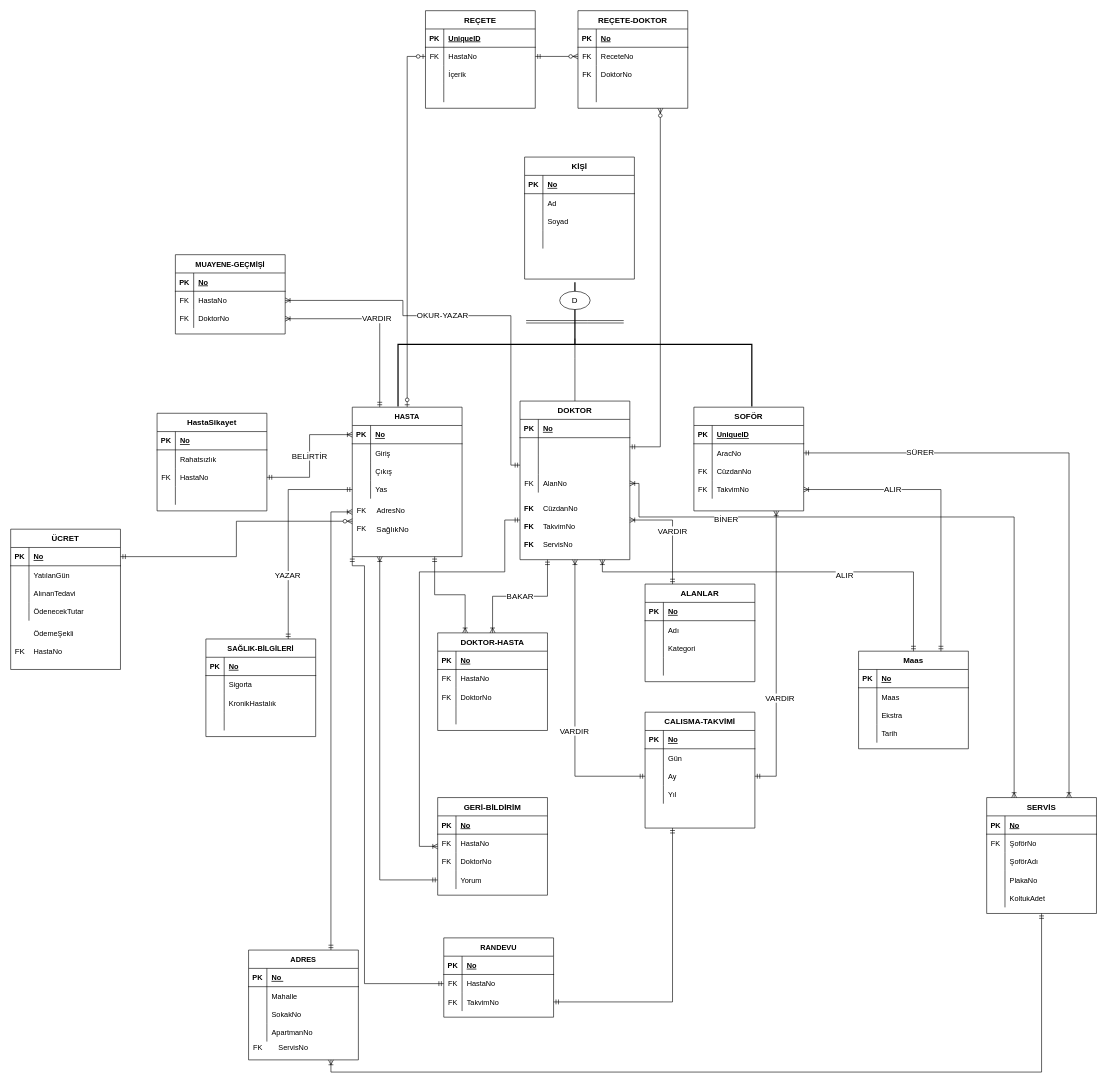
Earlier version of the draw.io diagram Untitled Diagram.drawio (derleyici/DatabaseManagementSystems). Source tidied: cells renumbered, new cells numbered last; positions are measured from the earlier drawing's top-left corner, leaving out a move shared by most shapes. Both pictures are drawn from the tidied source at 61%, with x=0, y=0 at pixel (10, 10).
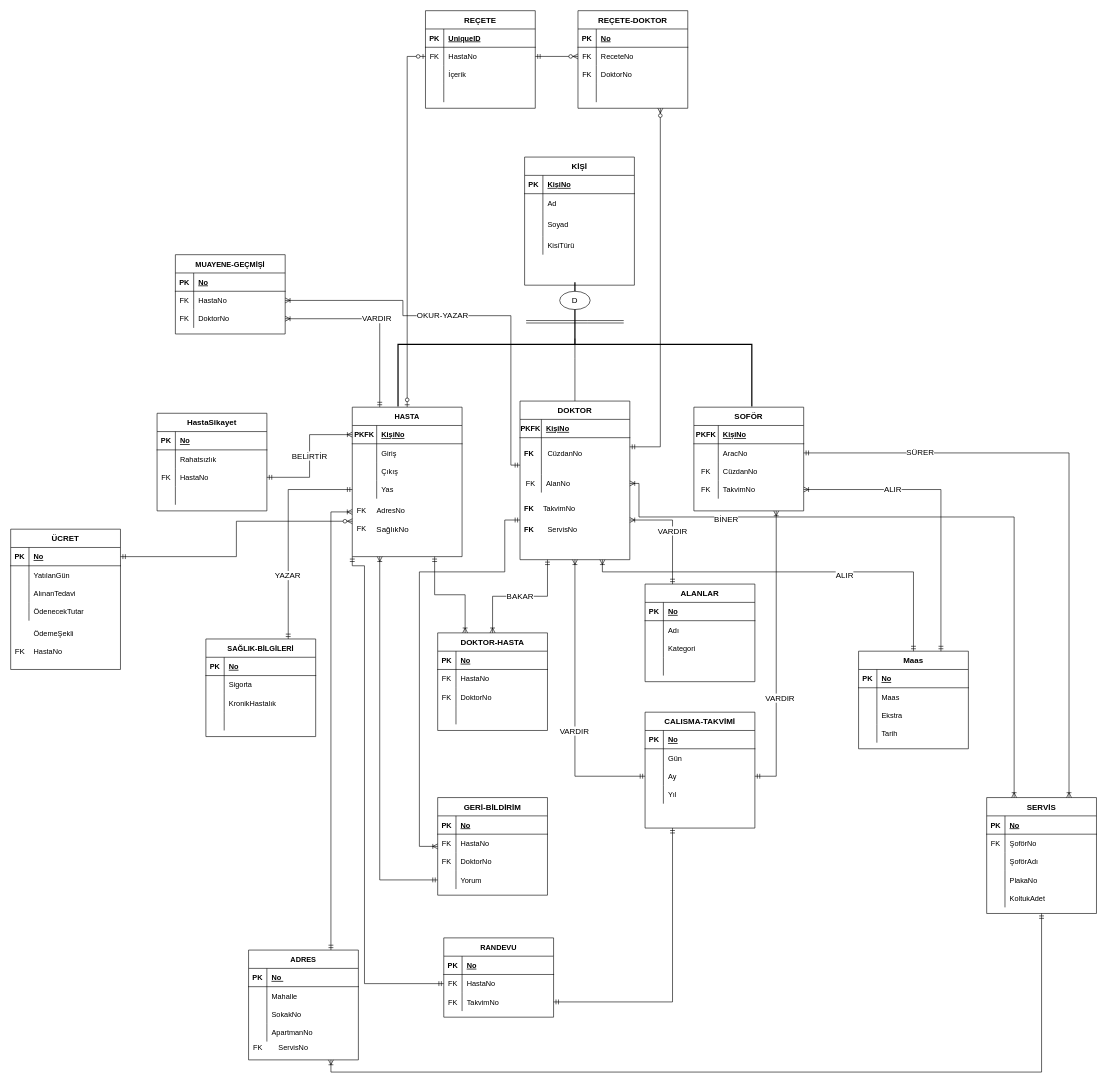
After the change.

The change refers to these unchanged cells:
```xml
<mxCell id="7" style="shape=partialRectangle;fillColor=none;top=0;left=0;bottom=1;right=0;points=[[0,0.5],[1,0.5]];portConstraint=eastwest;" parent="6" vertex="1">
  <mxGeometry y="30" width="180" height="30" as="geometry" />
</mxCell>
<mxCell id="10" style="shape=partialRectangle;fillColor=none;top=0;left=0;bottom=0;right=0;" parent="6" vertex="1">
  <mxGeometry y="60" width="180" height="30" as="geometry" />
</mxCell>
<mxCell id="13" style="shape=partialRectangle;fillColor=none;top=0;left=0;bottom=0;right=0;" parent="6" vertex="1">
  <mxGeometry y="90" width="180" height="30" as="geometry" />
</mxCell>
<mxCell id="16" style="shape=partialRectangle;fillColor=none;top=0;left=0;bottom=0;right=0;points=[[0,0.5],[1,0.5]];portConstraint=eastwest;" parent="6" vertex="1">
  <mxGeometry y="120" width="180" height="30" as="geometry" />
</mxCell>
<mxCell id="203" style="shape=partialRectangle;fillColor=none;top=0;left=0;bottom=1;right=0;" parent="202" vertex="1">
  <mxGeometry y="30" width="180" height="30" as="geometry" />
</mxCell>
<mxCell id="206" style="shape=partialRectangle;fillColor=none;top=0;left=0;bottom=0;right=0;points=[[0,0.5],[1,0.5]];portConstraint=eastwest;" parent="202" vertex="1">
  <mxGeometry y="60" width="180" height="30" as="geometry" />
</mxCell>
<mxCell id="209" style="shape=partialRectangle;fillColor=none;top=0;left=0;bottom=0;right=0;" parent="202" vertex="1">
  <mxGeometry y="90" width="180" height="30" as="geometry" />
</mxCell>
<mxCell id="212" style="shape=partialRectangle;fillColor=none;top=0;left=0;bottom=0;right=0;points=[[0,0.5],[1,0.5]];portConstraint=eastwest;" parent="202" vertex="1">
  <mxGeometry y="120" width="180" height="30" as="geometry" />
</mxCell>
<mxCell id="223" style="shape=partialRectangle;fillColor=none;top=0;left=0;bottom=1;right=0;" parent="222" vertex="1">
  <mxGeometry y="30" width="180" height="30" as="geometry" />
</mxCell>
<mxCell id="226" style="shape=partialRectangle;fillColor=none;top=0;left=0;bottom=0;right=0;points=[[0,0.5],[1,0.5]];portConstraint=eastwest;" parent="222" vertex="1">
  <mxGeometry y="60" width="180" height="30" as="geometry" />
</mxCell>
<mxCell id="229" style="shape=partialRectangle;fillColor=none;top=0;left=0;bottom=0;right=0;points=[[0,0.5],[1,0.5]];portConstraint=eastwest;" parent="222" vertex="1">
  <mxGeometry y="90" width="180" height="30" as="geometry" />
</mxCell>
<mxCell id="232" style="shape=partialRectangle;fillColor=none;top=0;left=0;bottom=0;right=0;points=[[0,0.5],[1,0.5]];portConstraint=eastwest;" parent="222" vertex="1">
  <mxGeometry y="120" width="180" height="30" as="geometry" />
</mxCell>
<mxCell id="236" style="shape=partialRectangle;fillColor=none;top=0;left=0;bottom=1;right=0;" parent="235" vertex="1">
  <mxGeometry y="30" width="180" height="30" as="geometry" />
</mxCell>
```

What changed in the source:
```diff
@@
-    <mxCell id="8" value="PK" style="shape=partialRectangle;fillColor=none;top=0;left=0;bottom=0;right=0;fontStyle=1;overflow=hidden;" parent="7" vertex="1">
-      <mxGeometry width="30" height="30" as="geometry" />
+    <mxCell id="8" value="PKFK" style="shape=partialRectangle;fillColor=none;top=0;left=0;bottom=0;right=0;fontStyle=1;overflow=hidden;" parent="7" vertex="1">
+      <mxGeometry width="40" height="30" as="geometry" />
     </mxCell>
-    <mxCell id="9" value="No" style="shape=partialRectangle;fillColor=none;top=0;left=0;bottom=0;right=0;align=left;spacingLeft=6;fontStyle=5;overflow=hidden;" parent="7" vertex="1">
-      <mxGeometry x="30" width="150" height="30" as="geometry" />
+    <mxCell id="9" value="KişiNo" style="shape=partialRectangle;fillColor=none;top=0;left=0;bottom=0;right=0;align=left;spacingLeft=6;fontStyle=5;overflow=hidden;" parent="7" vertex="1">
+      <mxGeometry x="40" width="140" height="30" as="geometry" />
     </mxCell>
@@
     <mxCell id="11" style="shape=partialRectangle;fillColor=none;top=0;left=0;bottom=0;right=0;overflow=hidden;" parent="10" vertex="1">
-      <mxGeometry width="30" height="30" as="geometry" />
+      <mxGeometry width="40" height="30" as="geometry" />
     </mxCell>
     <mxCell id="12" value="Giriş" style="shape=partialRectangle;fillColor=none;top=0;left=0;bottom=0;right=0;align=left;spacingLeft=6;overflow=hidden;" parent="10" vertex="1">
-      <mxGeometry x="30" width="150" height="30" as="geometry" />
+      <mxGeometry x="40" width="140" height="30" as="geometry" />
     </mxCell>
@@
     <mxCell id="14" style="shape=partialRectangle;fillColor=none;top=0;left=0;bottom=0;right=0;overflow=hidden;" parent="13" vertex="1">
-      <mxGeometry width="30" height="30" as="geometry" />
+      <mxGeometry width="40" height="30" as="geometry" />
     </mxCell>
     <mxCell id="15" value="Çıkış" style="shape=partialRectangle;fillColor=none;top=0;left=0;bottom=0;right=0;align=left;spacingLeft=6;overflow=hidden;" parent="13" vertex="1">
-      <mxGeometry x="30" width="150" height="30" as="geometry" />
+      <mxGeometry x="40" width="140" height="30" as="geometry" />
     </mxCell>
@@
     <mxCell id="17" style="shape=partialRectangle;fillColor=none;top=0;left=0;bottom=0;right=0;overflow=hidden;" parent="16" vertex="1">
-      <mxGeometry width="30" height="30" as="geometry" />
+      <mxGeometry width="40" height="30" as="geometry" />
     </mxCell>
     <mxCell id="18" value="Yas" style="shape=partialRectangle;fillColor=none;top=0;left=0;bottom=0;right=0;align=left;spacingLeft=6;overflow=hidden;" parent="16" vertex="1">
-      <mxGeometry x="30" width="150" height="30" as="geometry" />
+      <mxGeometry x="40" width="140" height="30" as="geometry" />
     </mxCell>
@@
     <mxCell id="86" value="CüzdanNo" style="shape=partialRectangle;fillColor=none;top=0;left=0;bottom=0;right=0;align=left;spacingLeft=6;overflow=hidden;" parent="1" vertex="1">
-      <mxGeometry x="865" y="800" width="150" height="30" as="geometry" />
+      <mxGeometry x="872.5" y="710" width="150" height="30" as="geometry" />
     </mxCell>
     <mxCell id="87" value="TakvimNo" style="shape=partialRectangle;fillColor=none;top=0;left=0;bottom=0;right=0;align=left;spacingLeft=6;overflow=hidden;" parent="1" vertex="1">
-      <mxGeometry x="865" y="830" width="150" height="30" as="geometry" />
+      <mxGeometry x="865" y="800" width="150" height="30" as="geometry" />
     </mxCell>
     <mxCell id="88" value="ServisNo" style="shape=partialRectangle;fillColor=none;top=0;left=0;bottom=0;right=0;align=left;spacingLeft=6;overflow=hidden;" parent="1" vertex="1">
-      <mxGeometry x="865" y="860" width="150" height="30" as="geometry" />
+      <mxGeometry x="872.5" y="835" width="150" height="30" as="geometry" />
     </mxCell>
@@
     <mxCell id="197" value="FK" style="shape=partialRectangle;fillColor=none;top=0;left=0;bottom=0;right=0;fontStyle=1;overflow=hidden;" parent="1" vertex="1">
-      <mxGeometry x="835" y="800" width="30" height="30" as="geometry" />
+      <mxGeometry x="835" y="710" width="30" height="30" as="geometry" />
     </mxCell>
     <mxCell id="198" value="FK" style="shape=partialRectangle;fillColor=none;top=0;left=0;bottom=0;right=0;fontStyle=1;overflow=hidden;" parent="1" vertex="1">
-      <mxGeometry x="835" y="830" width="30" height="30" as="geometry" />
+      <mxGeometry x="835" y="800" width="30" height="30" as="geometry" />
     </mxCell>
     <mxCell id="199" value="FK" style="shape=partialRectangle;fillColor=none;top=0;left=0;bottom=0;right=0;fontStyle=1;overflow=hidden;" parent="1" vertex="1">
-      <mxGeometry x="835" y="860" width="30" height="30" as="geometry" />
+      <mxGeometry x="835" y="835" width="30" height="30" as="geometry" />
     </mxCell>
@@
-    <mxCell id="204" value="PK" style="shape=partialRectangle;fillColor=none;top=0;left=0;bottom=0;right=0;fontStyle=1;overflow=hidden;" parent="203" vertex="1">
-      <mxGeometry width="30" height="30" as="geometry" />
+    <mxCell id="204" value="PKFK" style="shape=partialRectangle;fillColor=none;top=0;left=0;bottom=0;right=0;fontStyle=1;overflow=hidden;" parent="203" vertex="1">
+      <mxGeometry width="40" height="30" as="geometry" />
     </mxCell>
-    <mxCell id="205" value="UniqueID" style="shape=partialRectangle;fillColor=none;top=0;left=0;bottom=0;right=0;align=left;spacingLeft=6;fontStyle=5;overflow=hidden;" parent="203" vertex="1">
-      <mxGeometry x="30" width="150" height="30" as="geometry" />
+    <mxCell id="205" value="KişiNo" style="shape=partialRectangle;fillColor=none;top=0;left=0;bottom=0;right=0;align=left;spacingLeft=6;fontStyle=5;overflow=hidden;" parent="203" vertex="1">
+      <mxGeometry x="40" width="140" height="30" as="geometry" />
     </mxCell>
@@
     <mxCell id="207" style="shape=partialRectangle;fillColor=none;top=0;left=0;bottom=0;right=0;overflow=hidden;" parent="206" vertex="1">
-      <mxGeometry width="30" height="30" as="geometry" />
+      <mxGeometry width="40" height="30" as="geometry" />
     </mxCell>
     <mxCell id="208" value="AracNo" style="shape=partialRectangle;fillColor=none;top=0;left=0;bottom=0;right=0;align=left;spacingLeft=6;overflow=hidden;" parent="206" vertex="1">
-      <mxGeometry x="30" width="150" height="30" as="geometry" />
+      <mxGeometry x="40" width="140" height="30" as="geometry" />
     </mxCell>
@@
     <mxCell id="210" value="FK" style="shape=partialRectangle;fillColor=none;top=0;left=0;bottom=0;right=0;overflow=hidden;" parent="209" vertex="1">
-      <mxGeometry width="30" height="30" as="geometry" />
+      <mxGeometry width="40" height="30" as="geometry" />
     </mxCell>
     <mxCell id="211" value="CüzdanNo" style="shape=partialRectangle;fillColor=none;top=0;left=0;bottom=0;right=0;align=left;spacingLeft=6;overflow=hidden;" parent="209" vertex="1">
-      <mxGeometry x="30" width="150" height="30" as="geometry" />
+      <mxGeometry x="40" width="140" height="30" as="geometry" />
     </mxCell>
@@
     <mxCell id="213" value="FK" style="shape=partialRectangle;fillColor=none;top=0;left=0;bottom=0;right=0;overflow=hidden;" parent="212" vertex="1">
-      <mxGeometry width="30" height="30" as="geometry" />
+      <mxGeometry width="40" height="30" as="geometry" />
     </mxCell>
     <mxCell id="214" value="TakvimNo" style="shape=partialRectangle;fillColor=none;top=0;left=0;bottom=0;right=0;align=left;spacingLeft=6;overflow=hidden;" parent="212" vertex="1">
-      <mxGeometry x="30" width="150" height="30" as="geometry" />
+      <mxGeometry x="40" width="140" height="30" as="geometry" />
     </mxCell>
@@
-    <mxCell id="224" value="PK" style="shape=partialRectangle;fillColor=none;top=0;left=0;bottom=0;right=0;fontStyle=1;overflow=hidden;" parent="223" vertex="1">
-      <mxGeometry width="30" height="30" as="geometry" />
+    <mxCell id="224" value="PKFK" style="shape=partialRectangle;fillColor=none;top=0;left=0;bottom=0;right=0;fontStyle=1;overflow=hidden;" parent="223" vertex="1">
+      <mxGeometry width="35" height="30" as="geometry" />
     </mxCell>
-    <mxCell id="225" value="No" style="shape=partialRectangle;fillColor=none;top=0;left=0;bottom=0;right=0;align=left;spacingLeft=6;fontStyle=5;overflow=hidden;" parent="223" vertex="1">
-      <mxGeometry x="30" width="150" height="30" as="geometry" />
+    <mxCell id="225" value="KişiNo" style="shape=partialRectangle;fillColor=none;top=0;left=0;bottom=0;right=0;align=left;spacingLeft=6;fontStyle=5;overflow=hidden;" parent="223" vertex="1">
+      <mxGeometry x="35" width="145" height="30" as="geometry" />
     </mxCell>
@@
     <mxCell id="227" style="shape=partialRectangle;fillColor=none;top=0;left=0;bottom=0;right=0;overflow=hidden;" parent="226" vertex="1">
-      <mxGeometry width="30" height="30" as="geometry" />
+      <mxGeometry width="35" height="30" as="geometry" />
     </mxCell>
     <mxCell id="228" style="shape=partialRectangle;fillColor=none;top=0;left=0;bottom=0;right=0;align=left;spacingLeft=6;overflow=hidden;" parent="226" vertex="1">
-      <mxGeometry x="30" width="150" height="30" as="geometry" />
+      <mxGeometry x="35" width="145" height="30" as="geometry" />
     </mxCell>
@@
     <mxCell id="230" style="shape=partialRectangle;fillColor=none;top=0;left=0;bottom=0;right=0;overflow=hidden;" parent="229" vertex="1">
-      <mxGeometry width="30" height="30" as="geometry" />
+      <mxGeometry width="35" height="30" as="geometry" />
     </mxCell>
     <mxCell id="231" style="shape=partialRectangle;fillColor=none;top=0;left=0;bottom=0;right=0;align=left;spacingLeft=6;overflow=hidden;" parent="229" vertex="1">
-      <mxGeometry x="30" width="150" height="30" as="geometry" />
+      <mxGeometry x="35" width="145" height="30" as="geometry" />
     </mxCell>
@@
     <mxCell id="233" value="FK" style="shape=partialRectangle;fillColor=none;top=0;left=0;bottom=0;right=0;overflow=hidden;" parent="232" vertex="1">
-      <mxGeometry width="30" height="30" as="geometry" />
+      <mxGeometry width="35" height="30" as="geometry" />
     </mxCell>
     <mxCell id="234" value="AlanNo" style="shape=partialRectangle;fillColor=none;top=0;left=0;bottom=0;right=0;align=left;spacingLeft=6;overflow=hidden;" parent="232" vertex="1">
-      <mxGeometry x="30" width="150" height="30" as="geometry" />
+      <mxGeometry x="35" width="145" height="30" as="geometry" />
     </mxCell>
     <mxCell id="235" value="KİŞİ" style="shape=table;startSize=30;childLayout=tableLayout;rowLines=0;fontStyle=1;align=center;fontSize=13;" parent="1" vertex="1">
-      <mxGeometry x="842.5" y="240" width="180" height="200" as="geometry" />
+      <mxGeometry x="842.5" y="240" width="180" height="210" as="geometry" />
     </mxCell>
@@
-    <mxCell id="238" value="No" style="shape=partialRectangle;fillColor=none;top=0;left=0;bottom=0;right=0;align=left;spacingLeft=6;fontStyle=5;overflow=hidden;" parent="236" vertex="1">
+    <mxCell id="238" value="KişiNo" style="shape=partialRectangle;fillColor=none;top=0;left=0;bottom=0;right=0;align=left;spacingLeft=6;fontStyle=5;overflow=hidden;" parent="236" vertex="1">
       <mxGeometry x="30" width="150" height="30" as="geometry" />
     </mxCell>
@@
     <mxCell id="242" style="shape=partialRectangle;fillColor=none;top=0;left=0;bottom=0;right=0;" parent="235" vertex="1">
-      <mxGeometry y="90" width="180" height="30" as="geometry" />
+      <mxGeometry y="90" width="180" height="40" as="geometry" />
     </mxCell>
     <mxCell id="243" style="shape=partialRectangle;fillColor=none;top=0;left=0;bottom=0;right=0;overflow=hidden;" parent="242" vertex="1">
-      <mxGeometry width="30" height="30" as="geometry" />
+      <mxGeometry width="30" height="40" as="geometry" />
     </mxCell>
     <mxCell id="244" value="Soyad" style="shape=partialRectangle;fillColor=none;top=0;left=0;bottom=0;right=0;align=left;spacingLeft=6;overflow=hidden;" parent="242" vertex="1">
-      <mxGeometry x="30" width="150" height="30" as="geometry" />
+      <mxGeometry x="30" width="150" height="40" as="geometry" />
     </mxCell>
     <mxCell id="245" style="shape=partialRectangle;fillColor=none;top=0;left=0;bottom=0;right=0;" parent="235" vertex="1">
-      <mxGeometry y="120" width="180" height="30" as="geometry" />
+      <mxGeometry y="130" width="180" height="30" as="geometry" />
     </mxCell>
@@
-    <mxCell id="247" value=" " style="shape=partialRectangle;fillColor=none;top=0;left=0;bottom=0;right=0;align=left;spacingLeft=6;overflow=hidden;" parent="245" vertex="1">
+    <mxCell id="247" value="KisiTürü" style="shape=partialRectangle;fillColor=none;top=0;left=0;bottom=0;right=0;align=left;spacingLeft=6;overflow=hidden;" parent="245" vertex="1">
       <mxGeometry x="30" width="150" height="30" as="geometry" />
     </mxCell>
```
